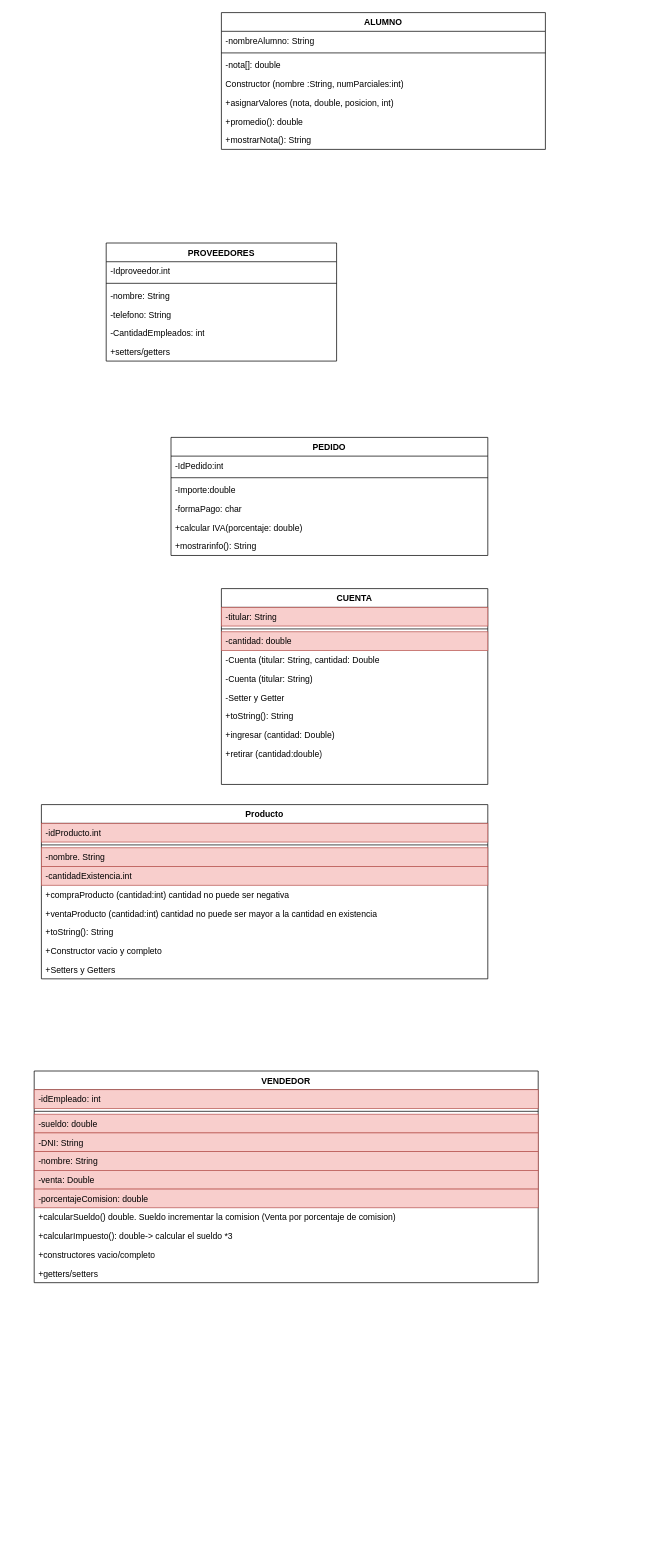
Tzveta44/OctubreBuclesString keeps this draw.io diagram as Diagrama sin título.drawio. Above is the earlier version. Source tidied: cells renumbered, new cells numbered last; positions are measured from the earlier drawing's top-left corner, leaving out a move shared by most shapes. Both pictures are drawn from the tidied source at 72%, with x=0, y=0 at pixel (34, 12).
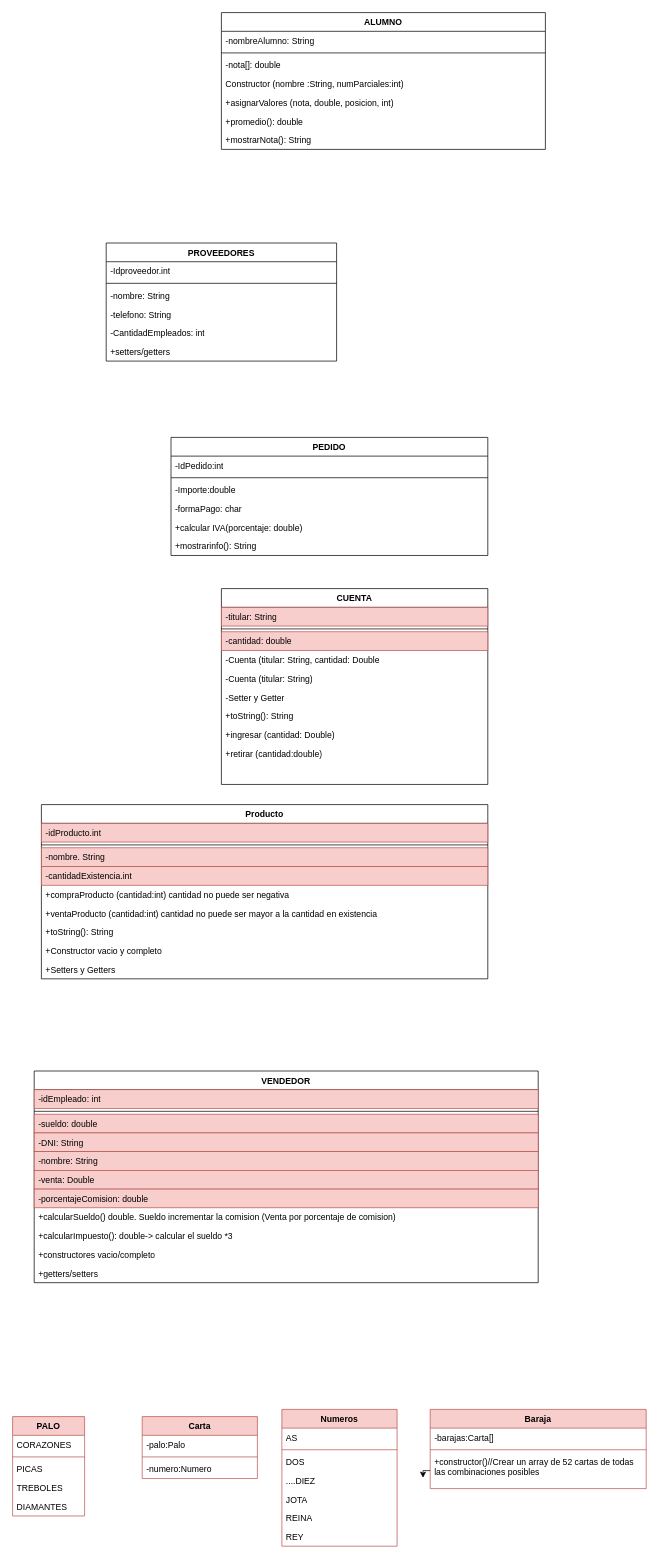
Above is the later version.

What changed in the source:
```diff
@@
+    <mxCell id="56" value="PALO" style="swimlane;fontStyle=1;align=center;verticalAlign=top;horizontal=1;startSize=26;whiteSpace=wrap;html=1;fillColor=#f8cecc;strokeColor=#b85450;" parent="1" vertex="1">
+      <mxGeometry x="-30" y="1950" width="100" height="138" as="geometry" />
+    </mxCell>
+    <mxCell id="57" value="CORAZONES" style="text;strokeColor=none;fillColor=none;align=left;verticalAlign=top;spacingLeft=4;spacingRight=4;overflow=hidden;whiteSpace=wrap;html=1;" parent="56" vertex="1">
+      <mxGeometry y="26" width="100" height="26" as="geometry" />
+    </mxCell>
+    <mxCell id="58" style="line;strokeWidth=1;fillColor=none;align=left;verticalAlign=middle;spacingTop=-1;spacingLeft=3;spacingRight=3;labelPosition=right;strokeColor=inherit;" parent="56" vertex="1">
+      <mxGeometry y="52" width="100" height="8" as="geometry" />
+    </mxCell>
+    <mxCell id="59" value="PICAS" style="text;strokeColor=none;fillColor=none;align=left;verticalAlign=top;spacingLeft=4;spacingRight=4;overflow=hidden;whiteSpace=wrap;html=1;" parent="56" vertex="1">
+      <mxGeometry y="60" width="100" height="26" as="geometry" />
+    </mxCell>
+    <mxCell id="60" value="TREBOLES" style="text;strokeColor=none;fillColor=none;align=left;verticalAlign=top;spacingLeft=4;spacingRight=4;overflow=hidden;whiteSpace=wrap;html=1;" parent="56" vertex="1">
+      <mxGeometry y="86" width="100" height="26" as="geometry" />
+    </mxCell>
+    <mxCell id="61" value="DIAMANTES" style="text;strokeColor=none;fillColor=none;align=left;verticalAlign=top;spacingLeft=4;spacingRight=4;overflow=hidden;whiteSpace=wrap;html=1;" parent="56" vertex="1">
+      <mxGeometry y="112" width="100" height="26" as="geometry" />
+    </mxCell>
+    <mxCell id="62" value="Carta" style="swimlane;fontStyle=1;align=center;verticalAlign=top;horizontal=1;startSize=26;whiteSpace=wrap;html=1;fillColor=#f8cecc;strokeColor=#b85450;" parent="1" vertex="1">
+      <mxGeometry x="150" y="1950" width="160" height="86" as="geometry" />
+    </mxCell>
+    <mxCell id="63" value="-palo:Palo" style="text;strokeColor=none;fillColor=none;align=left;verticalAlign=top;spacingLeft=4;spacingRight=4;overflow=hidden;whiteSpace=wrap;html=1;" parent="62" vertex="1">
+      <mxGeometry y="26" width="160" height="26" as="geometry" />
+    </mxCell>
+    <mxCell id="64" style="line;strokeWidth=1;fillColor=none;align=left;verticalAlign=middle;spacingTop=-1;spacingLeft=3;spacingRight=3;labelPosition=right;strokeColor=inherit;" parent="62" vertex="1">
+      <mxGeometry y="52" width="160" height="8" as="geometry" />
+    </mxCell>
+    <mxCell id="65" value="-numero:Numero" style="text;strokeColor=none;fillColor=none;align=left;verticalAlign=top;spacingLeft=4;spacingRight=4;overflow=hidden;whiteSpace=wrap;html=1;" parent="62" vertex="1">
+      <mxGeometry y="60" width="160" height="26" as="geometry" />
+    </mxCell>
+    <mxCell id="66" value="Numeros" style="swimlane;fontStyle=1;align=center;verticalAlign=top;horizontal=1;startSize=26;whiteSpace=wrap;html=1;fillColor=#f8cecc;strokeColor=#b85450;" parent="1" vertex="1">
+      <mxGeometry x="344" y="1940" width="160" height="190" as="geometry" />
+    </mxCell>
+    <mxCell id="67" value="AS&lt;br&gt;&lt;br&gt;" style="text;strokeColor=none;fillColor=none;align=left;verticalAlign=top;spacingLeft=4;spacingRight=4;overflow=hidden;whiteSpace=wrap;html=1;" parent="66" vertex="1">
+      <mxGeometry y="26" width="160" height="26" as="geometry" />
+    </mxCell>
+    <mxCell id="68" style="line;strokeWidth=1;fillColor=none;align=left;verticalAlign=middle;spacingTop=-1;spacingLeft=3;spacingRight=3;labelPosition=right;strokeColor=inherit;" parent="66" vertex="1">
+      <mxGeometry y="52" width="160" height="8" as="geometry" />
+    </mxCell>
+    <mxCell id="69" value="DOS" style="text;strokeColor=none;fillColor=none;align=left;verticalAlign=top;spacingLeft=4;spacingRight=4;overflow=hidden;whiteSpace=wrap;html=1;" parent="66" vertex="1">
+      <mxGeometry y="60" width="160" height="26" as="geometry" />
+    </mxCell>
+    <mxCell id="70" value="....DIEZ" style="text;strokeColor=none;fillColor=none;align=left;verticalAlign=top;spacingLeft=4;spacingRight=4;overflow=hidden;whiteSpace=wrap;html=1;" parent="66" vertex="1">
+      <mxGeometry y="86" width="160" height="26" as="geometry" />
+    </mxCell>
+    <mxCell id="71" value="JOTA" style="text;strokeColor=none;fillColor=none;align=left;verticalAlign=top;spacingLeft=4;spacingRight=4;overflow=hidden;whiteSpace=wrap;html=1;" parent="66" vertex="1">
+      <mxGeometry y="112" width="160" height="26" as="geometry" />
+    </mxCell>
+    <mxCell id="72" value="REINA" style="text;strokeColor=none;fillColor=none;align=left;verticalAlign=top;spacingLeft=4;spacingRight=4;overflow=hidden;whiteSpace=wrap;html=1;" parent="66" vertex="1">
+      <mxGeometry y="138" width="160" height="26" as="geometry" />
+    </mxCell>
+    <mxCell id="73" value="REY" style="text;strokeColor=none;fillColor=none;align=left;verticalAlign=top;spacingLeft=4;spacingRight=4;overflow=hidden;whiteSpace=wrap;html=1;" parent="66" vertex="1">
+      <mxGeometry y="164" width="160" height="26" as="geometry" />
+    </mxCell>
+    <mxCell id="74" value="Baraja" style="swimlane;fontStyle=1;align=center;verticalAlign=top;horizontal=1;startSize=26;whiteSpace=wrap;html=1;fillColor=#f8cecc;strokeColor=#b85450;" parent="1" vertex="1">
+      <mxGeometry x="550" y="1940" width="300" height="110" as="geometry" />
+    </mxCell>
+    <mxCell id="75" value="-barajas:Carta[]" style="text;strokeColor=none;fillColor=none;align=left;verticalAlign=top;spacingLeft=4;spacingRight=4;overflow=hidden;whiteSpace=wrap;html=1;" parent="74" vertex="1">
+      <mxGeometry y="26" width="300" height="26" as="geometry" />
+    </mxCell>
+    <mxCell id="76" style="line;strokeWidth=1;fillColor=none;align=left;verticalAlign=middle;spacingTop=-1;spacingLeft=3;spacingRight=3;labelPosition=right;strokeColor=inherit;" parent="74" vertex="1">
+      <mxGeometry y="52" width="300" height="8" as="geometry" />
+    </mxCell>
+    <mxCell id="77" style="edgeStyle=orthogonalEdgeStyle;rounded=0;jettySize=auto;html=1;exitX=0;exitY=0.5;exitDx=0;exitDy=0;" parent="74" edge="1" source="78">
+      <mxGeometry relative="1" as="geometry">
+        <mxPoint x="-10" y="95" as="targetPoint" />
+      </mxGeometry>
+    </mxCell>
+    <mxCell id="78" value="+constructor()//Crear un array de 52 cartas de todas las combinaciones posibles" style="text;strokeColor=none;fillColor=none;align=left;verticalAlign=top;spacingLeft=4;spacingRight=4;overflow=hidden;points=[[0,0.5],[1,0.5]];portConstraint=eastwest;whiteSpace=wrap;html=1;" parent="74" vertex="1">
+      <mxGeometry y="60" width="300" height="50" as="geometry" />
+    </mxCell>
```
